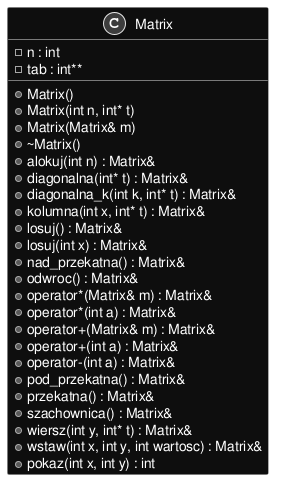
This is inline_umlgraph_1.png from kluchoo/Matrix, a PlantUML export, as it was before one commit.
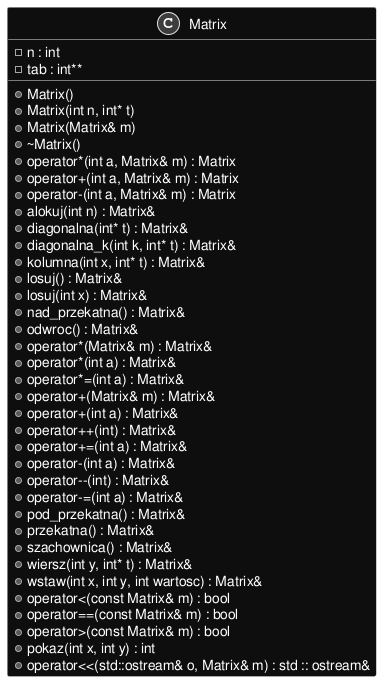
The same file after the commit.

Change to the diagram source:
```diff
@@ -9,6 +9,9 @@
 +Matrix(int n, int* t)
 +Matrix(Matrix& m)
 +~Matrix()
++operator*(int a, Matrix& m) : Matrix
++operator+(int a, Matrix& m) : Matrix
++operator-(int a, Matrix& m) : Matrix
 +alokuj(int n) : Matrix&
 +diagonalna(int* t) : Matrix&
 +diagonalna_k(int k, int* t) : Matrix&
@@ -19,15 +22,24 @@
 +odwroc() : Matrix&
 +operator*(Matrix& m) : Matrix&
 +operator*(int a) : Matrix&
++operator*=(int a) : Matrix&
 +operator+(Matrix& m) : Matrix&
 +operator+(int a) : Matrix&
++operator++(int) : Matrix&
++operator+=(int a) : Matrix&
 +operator-(int a) : Matrix&
++operator--(int) : Matrix&
++operator-=(int a) : Matrix&
 +pod_przekatna() : Matrix&
 +przekatna() : Matrix&
 +szachownica() : Matrix&
 +wiersz(int y, int* t) : Matrix&
 +wstaw(int x, int y, int wartosc) : Matrix&
++operator<(const Matrix& m) : bool
++operator==(const Matrix& m) : bool
++operator>(const Matrix& m) : bool
 +pokaz(int x, int y) : int
++operator<<(std::ostream& o, Matrix& m) : std :: ostream&
 
 }
 @enduml
```
